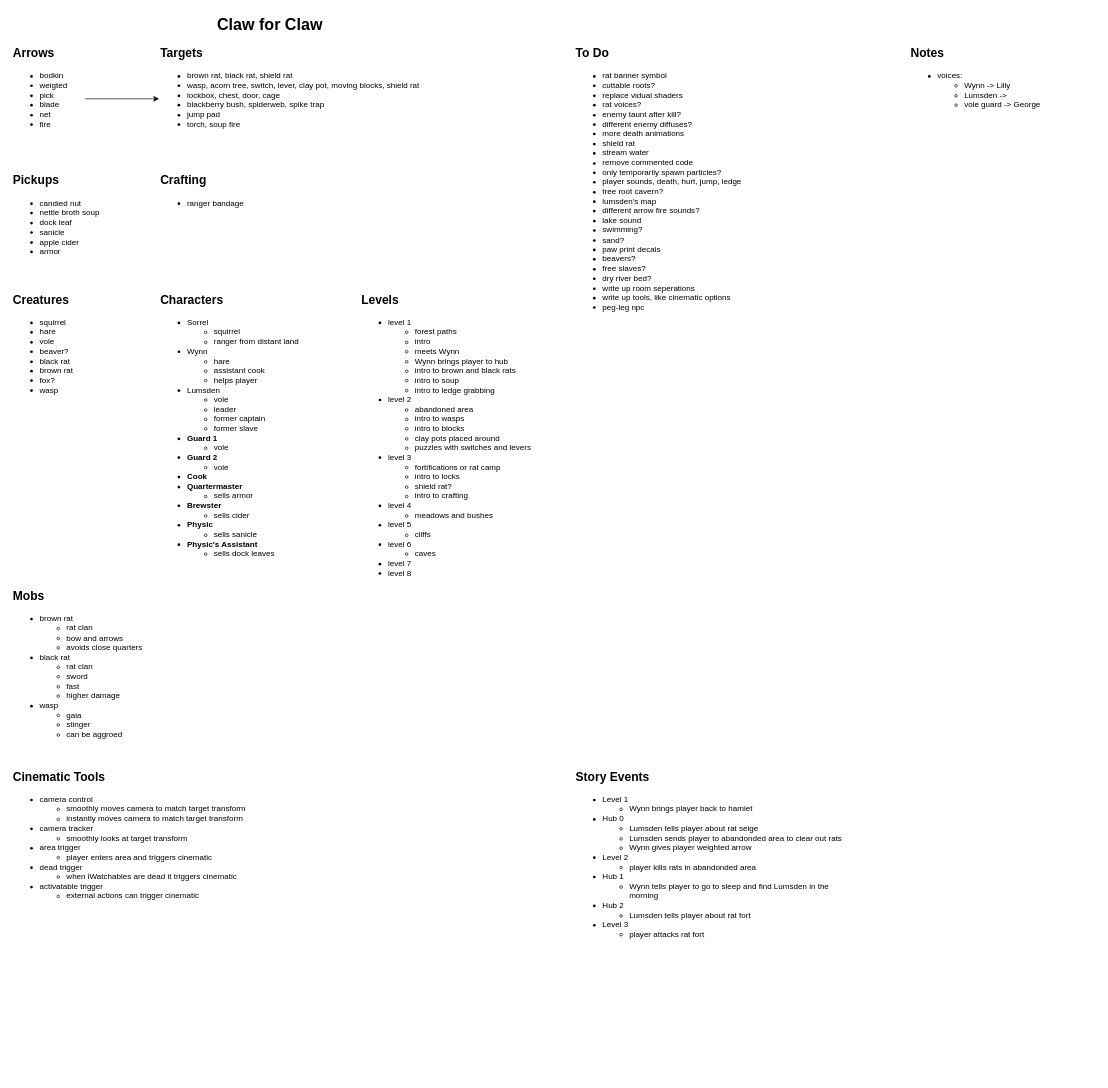
Above: Planning/design-doc.drawio in camerondedore/Godot-Project-3 (draw.io), before the change. Source tidied: cells renumbered, new cells numbered last; positions are measured from the earlier drawing's top-left corner, leaving out a move shared by most shapes. Both pictures are drawn from the tidied source at 67%, with x=0, y=0 at pixel (11, 11).
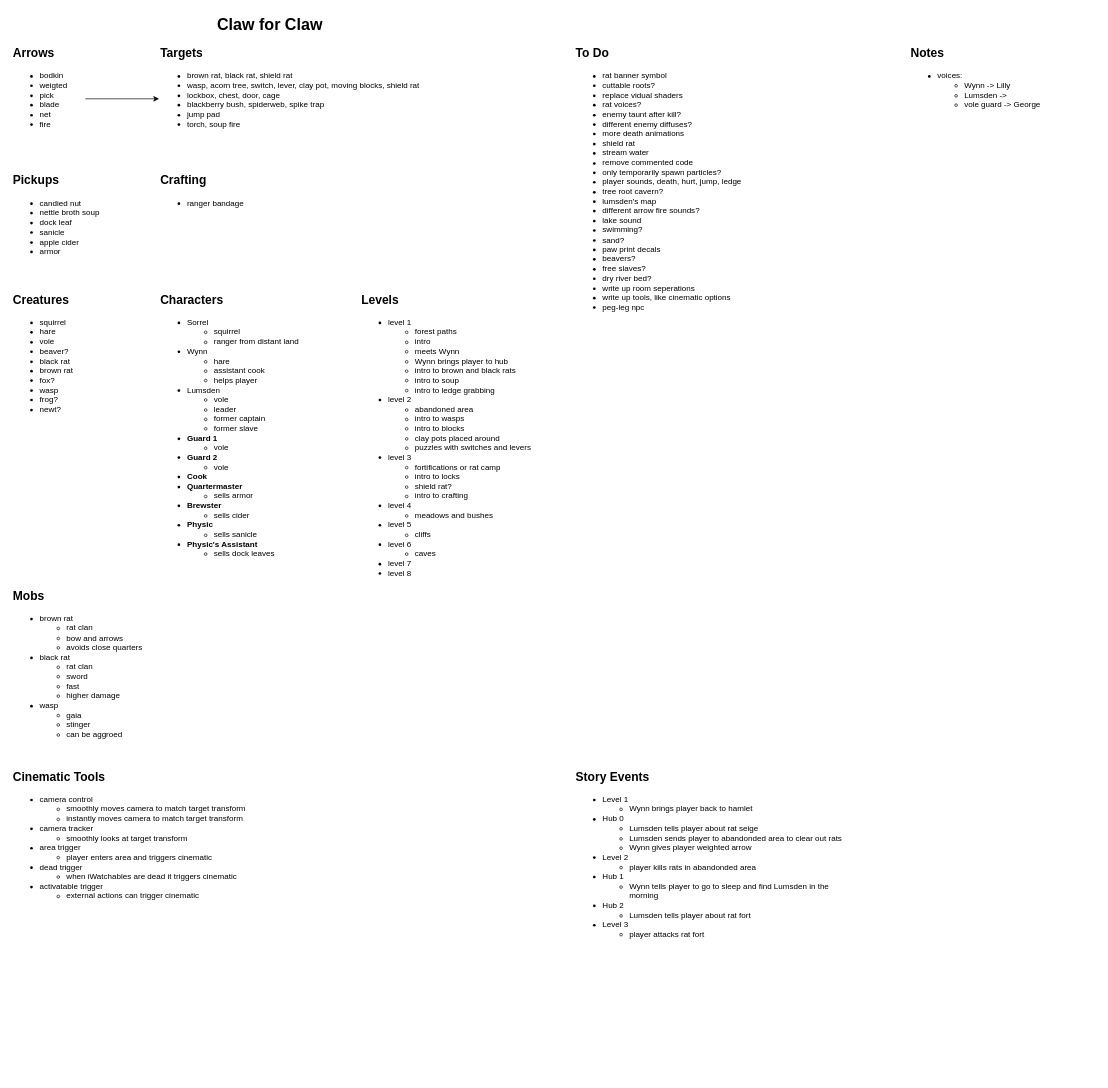
Above is the later version.

Diff of the diagram source:
```diff
@@
-    <mxCell id="12" value="&lt;ul&gt;&lt;li&gt;squirrel&lt;/li&gt;&lt;li&gt;hare&lt;/li&gt;&lt;li&gt;vole&lt;/li&gt;&lt;li&gt;beaver?&lt;/li&gt;&lt;li&gt;black rat&lt;/li&gt;&lt;li&gt;brown rat&lt;/li&gt;&lt;li&gt;fox?&lt;/li&gt;&lt;li&gt;wasp&lt;/li&gt;&lt;/ul&gt;" style="text;html=1;align=left;verticalAlign=top;whiteSpace=wrap;rounded=0;" parent="1" vertex="1">
+    <mxCell id="12" value="&lt;ul&gt;&lt;li&gt;squirrel&lt;/li&gt;&lt;li&gt;hare&lt;/li&gt;&lt;li&gt;vole&lt;/li&gt;&lt;li&gt;beaver?&lt;/li&gt;&lt;li&gt;black rat&lt;/li&gt;&lt;li&gt;brown rat&lt;/li&gt;&lt;li&gt;fox?&lt;/li&gt;&lt;li&gt;wasp&lt;/li&gt;&lt;li&gt;frog?&lt;/li&gt;&lt;li&gt;newt?&lt;/li&gt;&lt;/ul&gt;" style="text;html=1;align=left;verticalAlign=top;whiteSpace=wrap;rounded=0;" parent="1" vertex="1">
       <mxGeometry y="438" width="140" height="152" as="geometry" />
     </mxCell>
```
